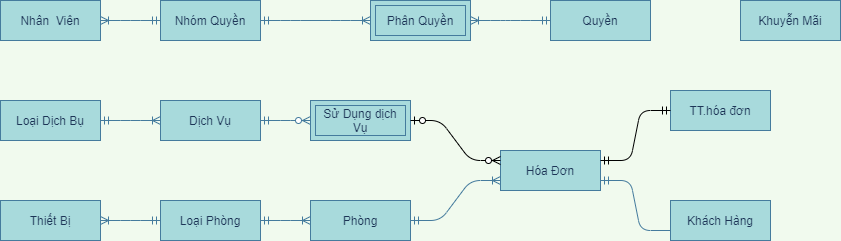
Earlier version of the draw.io export EntityRelationship-QLKS.png (maialino123/QLKS). Source tidied: cells renumbered, new cells last; positions are measured from the earlier drawing's top-left corner, leaving out a move shared by most shapes.
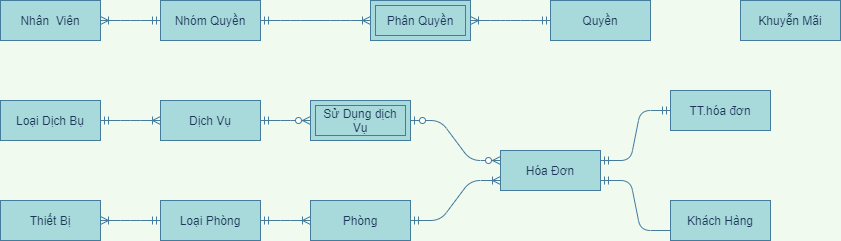
After the commit.

The edit, as a diff of the source:
```diff
@@ -62,19 +62,19 @@
     <mxCell id="21" style="edgeStyle=entityRelationEdgeStyle;fontSize=12;html=1;endArrow=ERoneToMany;startArrow=ERmandOne;strokeColor=#457B9D;fontColor=#1D3557;exitX=1;exitY=0.5;exitDx=0;exitDy=0;labelBackgroundColor=#F1FAEE;" parent="1" edge="1" source="10" target="8">
       <mxGeometry relative="1" as="geometry" />
     </mxCell>
-    <mxCell id="22" style="edgeStyle=entityRelationEdgeStyle;fontSize=12;html=1;endArrow=ERmandOne;exitX=0;exitY=0.75;exitDx=0;exitDy=0;entryX=1;entryY=0.75;entryDx=0;entryDy=0;labelBackgroundColor=#F1FAEE;strokeColor=#457B9D;fontColor=#1D3557;" parent="1" edge="1" source="19" target="20">
+    <mxCell id="22" style="edgeStyle=entityRelationEdgeStyle;fontSize=12;html=1;endArrow=ERmandOne;exitX=0;exitY=0.75;exitDx=0;exitDy=0;entryX=1;entryY=0.75;entryDx=0;entryDy=0;strokeColor=#457B9D;fontColor=#1D3557;labelBackgroundColor=#F1FAEE;" parent="1" edge="1" source="19" target="20">
       <mxGeometry relative="1" as="geometry" />
     </mxCell>
-    <mxCell id="23" style="edgeStyle=entityRelationEdgeStyle;fontSize=12;html=1;endArrow=ERoneToMany;startArrow=ERmandOne;strokeColor=#457B9D;fillColor=#A8DADC;exitX=1;exitY=0.5;exitDx=0;exitDy=0;entryX=0;entryY=0.75;entryDx=0;entryDy=0;" parent="1" edge="1" source="18" target="20">
+    <mxCell id="23" style="edgeStyle=entityRelationEdgeStyle;fontSize=12;html=1;endArrow=ERoneToMany;startArrow=ERmandOne;strokeColor=#457B9D;fillColor=#A8DADC;exitX=1;exitY=0.5;exitDx=0;exitDy=0;entryX=0;entryY=0.75;entryDx=0;entryDy=0;labelBackgroundColor=#F1FAEE;fontColor=#1D3557;" parent="1" edge="1" source="18" target="20">
       <mxGeometry relative="1" as="geometry" />
     </mxCell>
-    <mxCell id="24" style="edgeStyle=entityRelationEdgeStyle;fontSize=12;html=1;endArrow=ERzeroToMany;startArrow=ERzeroToOne;exitX=1;exitY=0.5;exitDx=0;exitDy=0;entryX=0;entryY=0.25;entryDx=0;entryDy=0;" parent="1" edge="1" source="6" target="20">
+    <mxCell id="24" style="edgeStyle=entityRelationEdgeStyle;fontSize=12;html=1;endArrow=ERzeroToMany;startArrow=ERzeroToOne;exitX=1;exitY=0.5;exitDx=0;exitDy=0;entryX=0;entryY=0.25;entryDx=0;entryDy=0;labelBackgroundColor=#F1FAEE;strokeColor=#457B9D;fontColor=#1D3557;" parent="1" edge="1" source="6" target="20">
       <mxGeometry relative="1" as="geometry" />
     </mxCell>
     <mxCell id="25" value="TT.hóa đơn" style="whiteSpace=wrap;html=1;align=center;rounded=0;sketch=0;strokeColor=#457B9D;fillColor=#A8DADC;fontColor=#1D3557;" parent="1" vertex="1">
       <mxGeometry x="670" y="90" width="100" height="40" as="geometry" />
     </mxCell>
-    <mxCell id="26" style="edgeStyle=entityRelationEdgeStyle;fontSize=12;html=1;endArrow=ERmandOne;startArrow=ERmandOne;entryX=0;entryY=0.5;entryDx=0;entryDy=0;exitX=1;exitY=0.25;exitDx=0;exitDy=0;" parent="1" edge="1" source="20" target="25">
+    <mxCell id="26" style="edgeStyle=entityRelationEdgeStyle;fontSize=12;html=1;endArrow=ERmandOne;startArrow=ERmandOne;entryX=0;entryY=0.5;entryDx=0;entryDy=0;exitX=1;exitY=0.25;exitDx=0;exitDy=0;labelBackgroundColor=#F1FAEE;strokeColor=#457B9D;fontColor=#1D3557;" parent="1" edge="1" source="20" target="25">
       <mxGeometry relative="1" as="geometry" />
     </mxCell>
   </root>
```
